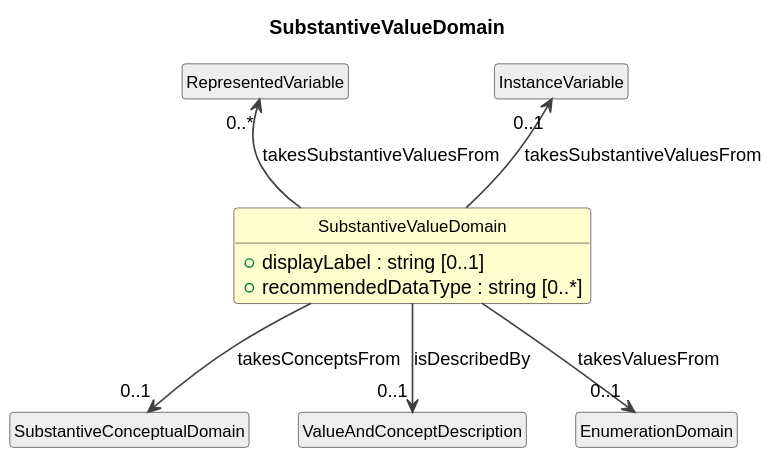
The PlantUML diagram cdif-uml-model/CDIFDataStructure/Classes/SubstantiveValueDomain.svg in Cross-Domain-Interoperability-Framework/metadataBuildingBlocks, before a commit.
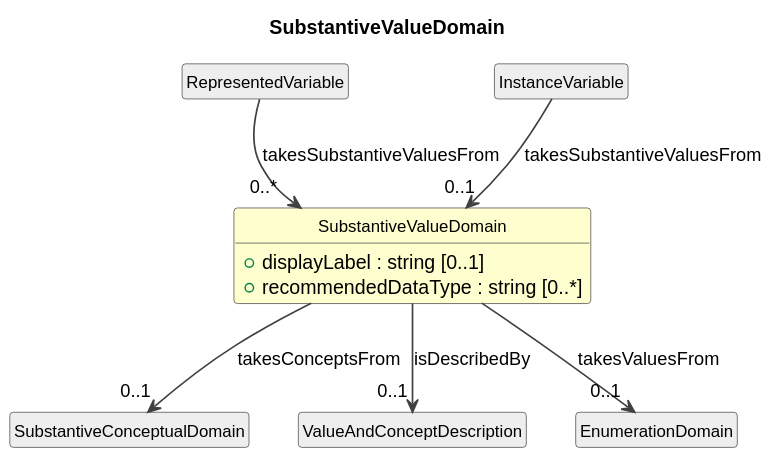
After the commit.

Change to the diagram source:
```diff
@@ -15,9 +15,9 @@
   +recommendedDataType : string [0..*]
 }
 class "RepresentedVariable" as RepresentedVariable #EEEEEE
-RepresentedVariable "0..*" <-- SubstantiveValueDomain : takesSubstantiveValuesFrom
+RepresentedVariable --> "0..*" SubstantiveValueDomain : takesSubstantiveValuesFrom
 class "InstanceVariable" as InstanceVariable #EEEEEE
-InstanceVariable "0..1" <-- SubstantiveValueDomain : takesSubstantiveValuesFrom
+InstanceVariable --> "0..1" SubstantiveValueDomain : takesSubstantiveValuesFrom
 class "SubstantiveConceptualDomain" as SubstantiveConceptualDomain #EEEEEE
 SubstantiveValueDomain --> "0..1" SubstantiveConceptualDomain : takesConceptsFrom
 class "ValueAndConceptDescription" as ValueAndConceptDescription #EEEEEE
```
